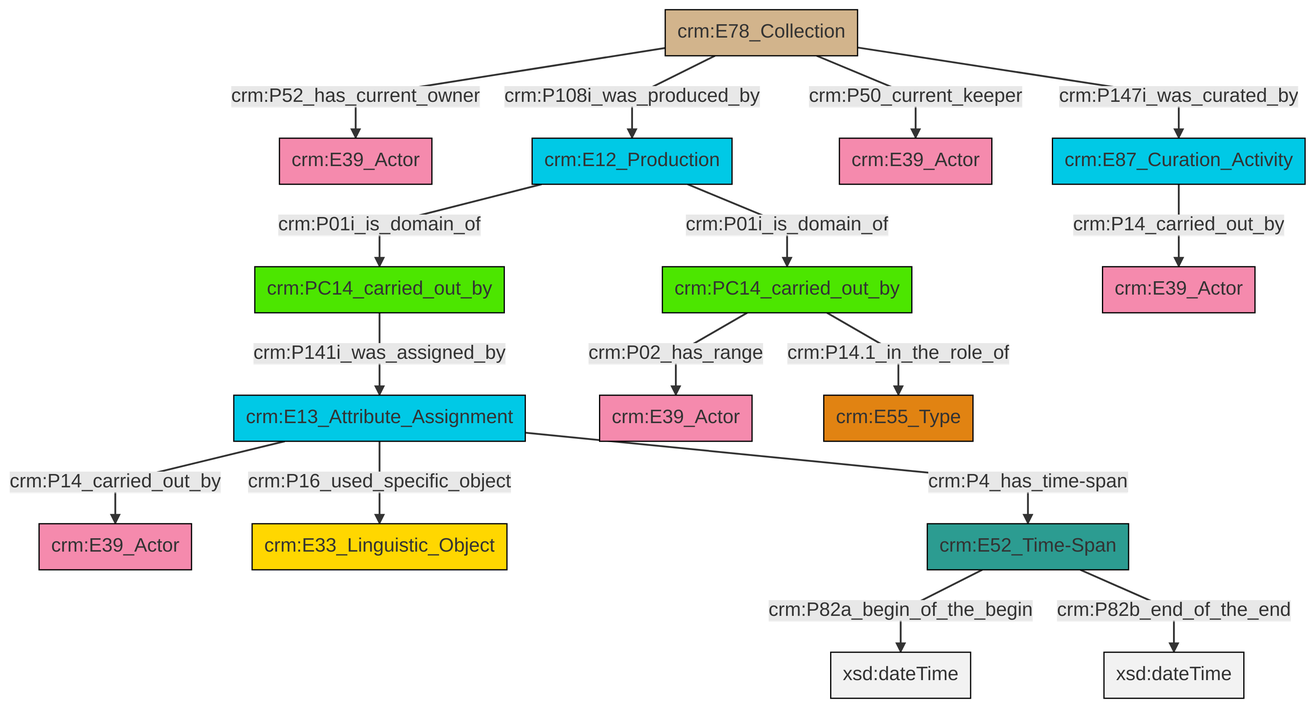
Above: et/archivalCSV/ttl/mmd/png/archival_relation.png in swiss-art-research-net/docs.swissartresearch (Mermaid), before the change. Its source is kept beside it as et/archivalCSV/ttl/mmd/archival_relation.ttl.mmd.
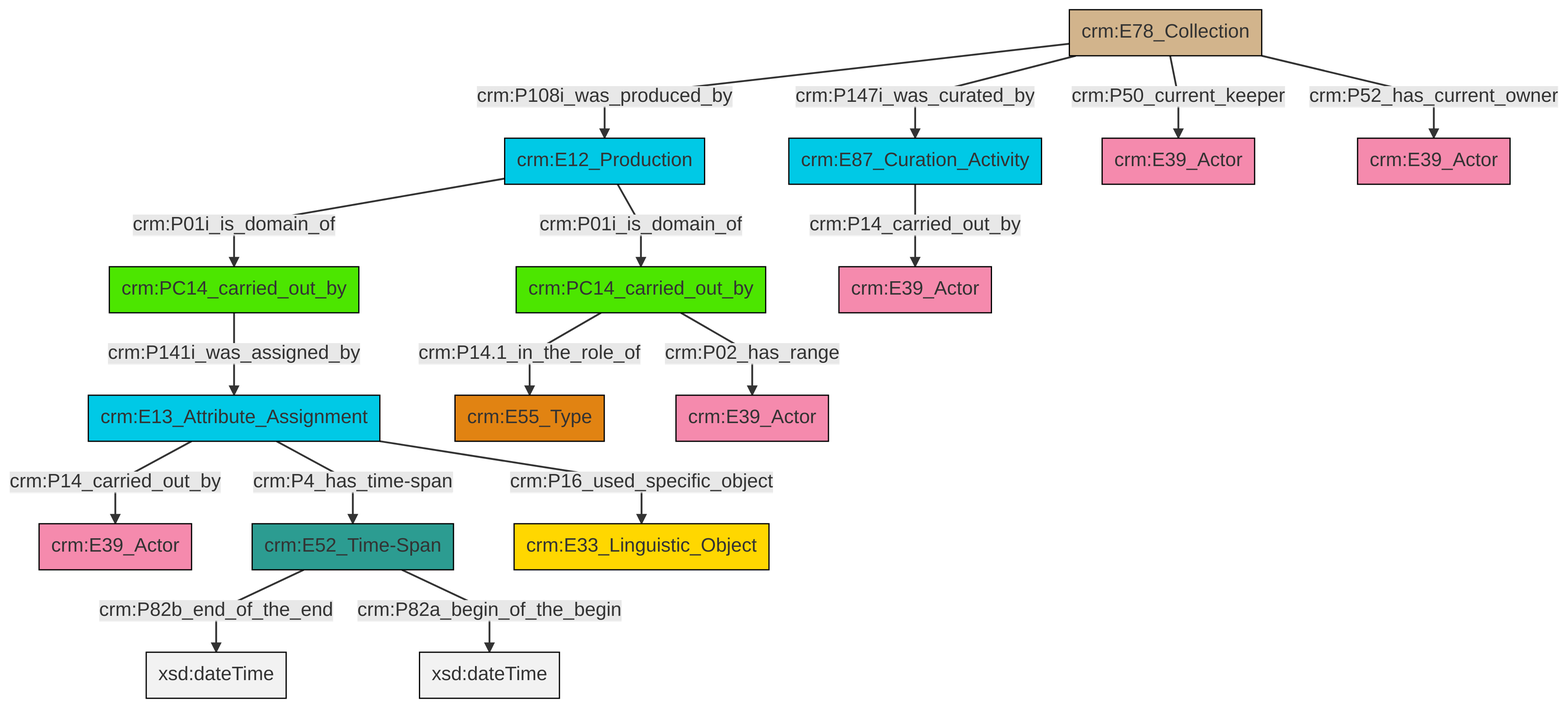
After the commit.

The edit, as a diff of the source:
```diff
@@ -13,18 +13,18 @@
 classDef PC_Classes fill:#4ce600, stroke:#000000;
 classDef Multi fill:#cccccc,stroke:#000000;
 
-0["crm:E13_Attribute_Assignment"]:::Temporal_Entity -->|crm:P14_carried_out_by| 1["crm:E39_Actor"]:::Actor
-0["crm:E13_Attribute_Assignment"]:::Temporal_Entity -->|crm:P16_used_specific_object| 4["crm:E33_Linguistic_Object"]:::Conceptual_Object
-5["crm:PC14_carried_out_by"]:::PC_Classes -->|crm:P02_has_range| 8["crm:E39_Actor"]:::Actor
-0["crm:E13_Attribute_Assignment"]:::Temporal_Entity -->|crm:P4_has_time-span| 9["crm:E52_Time-Span"]:::Time-Span
-10["crm:E78_Collection"]:::Physical_Thing -->|crm:P52_has_current_owner| 11["crm:E39_Actor"]:::Actor
-10["crm:E78_Collection"]:::Physical_Thing -->|crm:P108i_was_produced_by| 12["crm:E12_Production"]:::Temporal_Entity
-15["crm:E87_Curation_Activity"]:::Temporal_Entity -->|crm:P14_carried_out_by| 19["crm:E39_Actor"]:::Actor
-10["crm:E78_Collection"]:::Physical_Thing -->|crm:P50_current_keeper| 2["crm:E39_Actor"]:::Actor
-26["crm:PC14_carried_out_by"]:::PC_Classes -->|crm:P141i_was_assigned_by| 0["crm:E13_Attribute_Assignment"]:::Temporal_Entity
-9["crm:E52_Time-Span"]:::Time-Span -->|crm:P82a_begin_of_the_begin| 27[xsd:dateTime]:::Literal
-12["crm:E12_Production"]:::Temporal_Entity -->|crm:P01i_is_domain_of| 26["crm:PC14_carried_out_by"]:::PC_Classes
-9["crm:E52_Time-Span"]:::Time-Span -->|crm:P82b_end_of_the_end| 28[xsd:dateTime]:::Literal
-12["crm:E12_Production"]:::Temporal_Entity -->|crm:P01i_is_domain_of| 5["crm:PC14_carried_out_by"]:::PC_Classes
-5["crm:PC14_carried_out_by"]:::PC_Classes -->|crm:P14.1_in_the_role_of| 23["crm:E55_Type"]:::Type
-10["crm:E78_Collection"]:::Physical_Thing -->|crm:P147i_was_curated_by| 15["crm:E87_Curation_Activity"]:::Temporal_Entity
+2["crm:E13_Attribute_Assignment"]:::Temporal_Entity -->|crm:P14_carried_out_by| 3["crm:E39_Actor"]:::Actor
+6["crm:E12_Production"]:::Temporal_Entity -->|crm:P01i_is_domain_of| 7["crm:PC14_carried_out_by"]:::PC_Classes
+2["crm:E13_Attribute_Assignment"]:::Temporal_Entity -->|crm:P4_has_time-span| 4["crm:E52_Time-Span"]:::Time-Span
+6["crm:E12_Production"]:::Temporal_Entity -->|crm:P01i_is_domain_of| 10["crm:PC14_carried_out_by"]:::PC_Classes
+8["crm:E78_Collection"]:::Physical_Thing -->|crm:P50_current_keeper| 11["crm:E39_Actor"]:::Actor
+8["crm:E78_Collection"]:::Physical_Thing -->|crm:P52_has_current_owner| 12["crm:E39_Actor"]:::Actor
+4["crm:E52_Time-Span"]:::Time-Span -->|crm:P82b_end_of_the_end| 14[xsd:dateTime]:::Literal
+10["crm:PC14_carried_out_by"]:::PC_Classes -->|crm:P14.1_in_the_role_of| 16["crm:E55_Type"]:::Type
+8["crm:E78_Collection"]:::Physical_Thing -->|crm:P108i_was_produced_by| 6["crm:E12_Production"]:::Temporal_Entity
+10["crm:PC14_carried_out_by"]:::PC_Classes -->|crm:P02_has_range| 22["crm:E39_Actor"]:::Actor
+0["crm:E87_Curation_Activity"]:::Temporal_Entity -->|crm:P14_carried_out_by| 17["crm:E39_Actor"]:::Actor
+8["crm:E78_Collection"]:::Physical_Thing -->|crm:P147i_was_curated_by| 0["crm:E87_Curation_Activity"]:::Temporal_Entity
+7["crm:PC14_carried_out_by"]:::PC_Classes -->|crm:P141i_was_assigned_by| 2["crm:E13_Attribute_Assignment"]:::Temporal_Entity
+2["crm:E13_Attribute_Assignment"]:::Temporal_Entity -->|crm:P16_used_specific_object| 20["crm:E33_Linguistic_Object"]:::Conceptual_Object
+4["crm:E52_Time-Span"]:::Time-Span -->|crm:P82a_begin_of_the_begin| 29[xsd:dateTime]:::Literal
```
